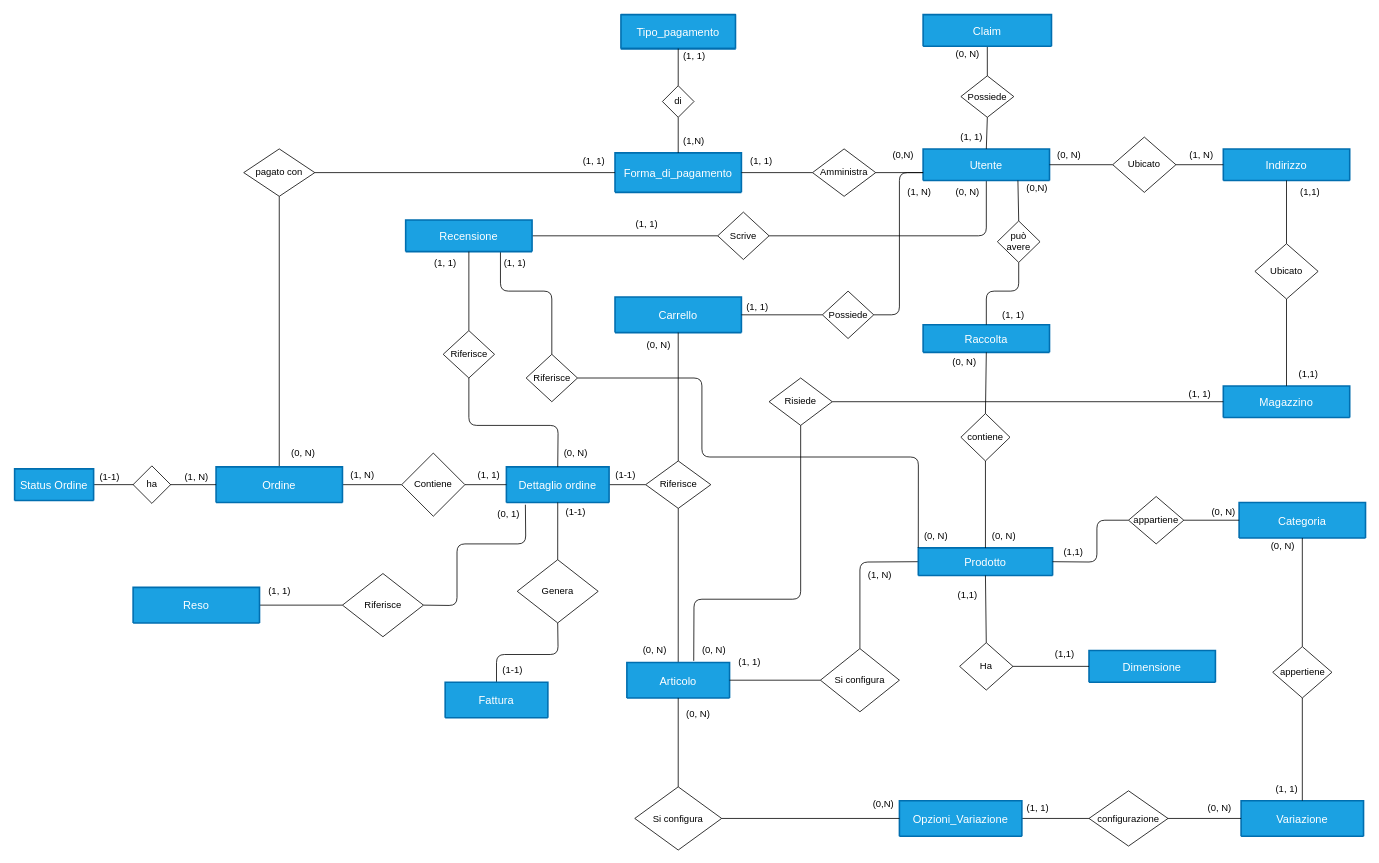
EndriDomiUni/E-commerce keeps this draw.io diagram as doc/schema_scheletro.drawio. Above is the earlier version. Source tidied: cells renumbered, new cells numbered last; positions are measured from the earlier drawing's top-left corner, leaving out a move shared by most shapes. Both pictures are drawn from the tidied source at 79%, with x=0, y=0 at pixel (14, 14).
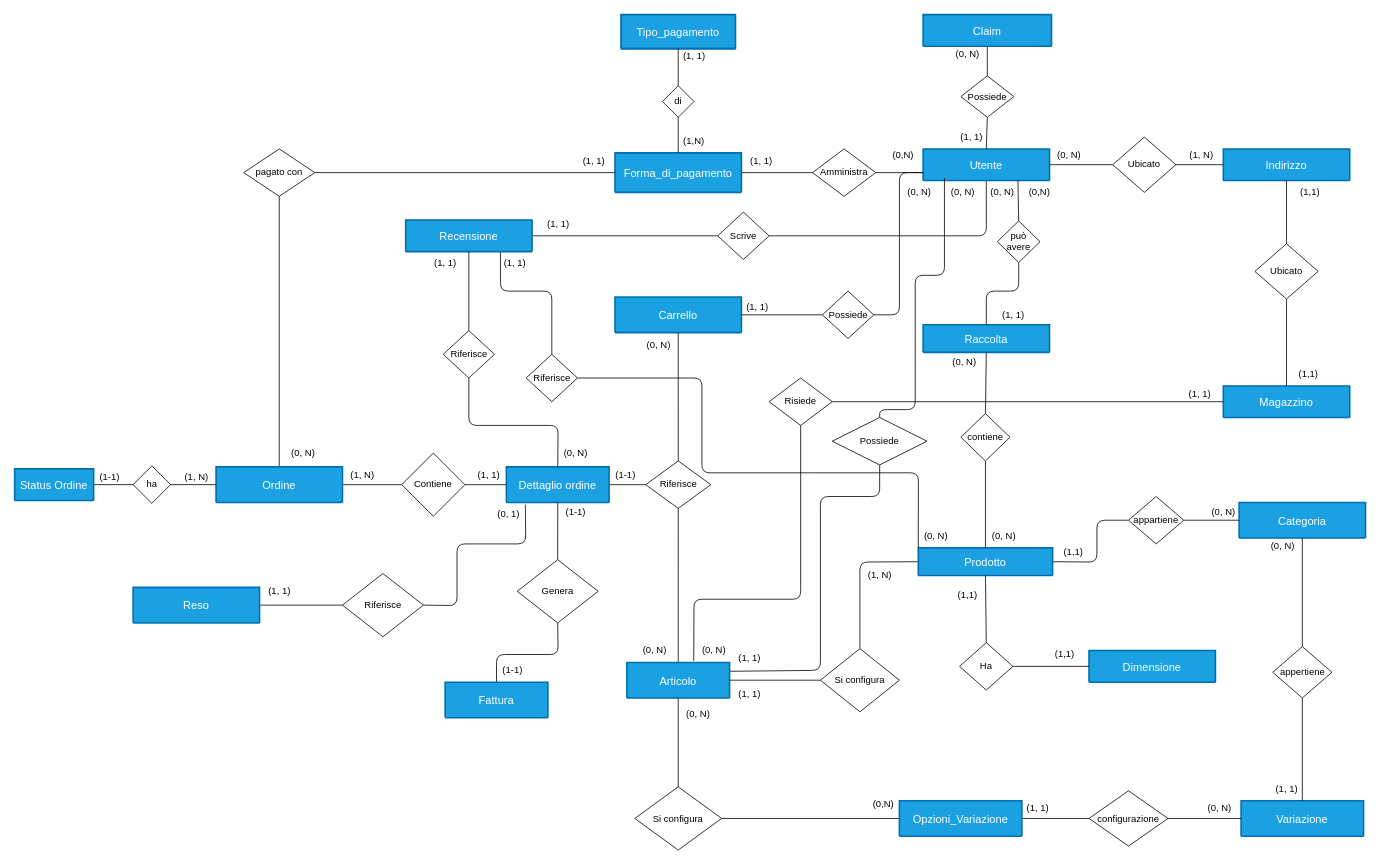
The same diagram, later.

The change refers to these unchanged cells:
```xml
<mxCell id="22" value="Prodotto" style="swimlane;horizontal=1;startSize=35;rounded=1;fontSize=14;fontStyle=0;strokeWidth=2;shadow=0;dashed=0;align=center;arcSize=15;fillColor=#1ba1e2;fontColor=#ffffff;strokeColor=#006EAF;" parent="1" vertex="1">
  <mxGeometry x="1143.9" y="675" width="170" height="35" as="geometry" />
</mxCell>
<mxCell id="109" value="Articolo" style="swimlane;horizontal=1;startSize=65;rounded=1;fontSize=14;fontStyle=0;strokeWidth=2;shadow=0;dashed=0;align=center;fillColor=#1ba1e2;fontColor=#ffffff;strokeColor=#006EAF;" parent="1" vertex="1">
  <mxGeometry x="775" y="820" width="130" height="45" as="geometry" />
</mxCell>
<mxCell id="139" value="Riferisce" style="shape=rhombus;perimeter=rhombusPerimeter;whiteSpace=wrap;html=1;align=center;" parent="1" vertex="1">
  <mxGeometry x="647.5" y="430" width="65" height="60" as="geometry" />
</mxCell>
```

What changed in the source:
```diff
@@
-    <mxCell id="78" value="(1, N)" style="text;html=1;align=center;verticalAlign=middle;points=[];strokeColor=none;fillColor=none;" parent="1" vertex="1">
-      <mxGeometry x="1120" y="215" width="50" height="20" as="geometry" />
+    <mxCell id="78" value="(0, N)" style="text;html=1;align=center;verticalAlign=middle;points=[];strokeColor=none;fillColor=none;" parent="1" vertex="1">
+      <mxGeometry x="1120" y="210" width="50" height="30" as="geometry" />
     </mxCell>
@@
     <mxCell id="91" value="(0,N)" style="text;html=1;align=center;verticalAlign=middle;strokeColor=none;fillColor=none;" parent="1" vertex="1">
-      <mxGeometry x="1273.9" y="210" width="40" height="20" as="geometry" />
+      <mxGeometry x="1276.5" y="215" width="40" height="20" as="geometry" />
     </mxCell>
@@
+    <mxCell id="148" style="edgeStyle=none;html=1;exitX=1;exitY=0.25;exitDx=0;exitDy=0;entryX=0.5;entryY=1;entryDx=0;entryDy=0;endArrow=none;endFill=0;" parent="1" edge="1" source="109" target="150">
+      <mxGeometry relative="1" as="geometry">
+        <Array as="points">
+          <mxPoint x="1020" y="830" />
+          <mxPoint x="1020" y="610" />
+          <mxPoint x="1095" y="610" />
+        </Array>
+      </mxGeometry>
+    </mxCell>
@@
     <mxCell id="117" value="(1, 1)" style="text;html=1;align=center;verticalAlign=middle;strokeColor=none;fillColor=none;" parent="1" vertex="1">
-      <mxGeometry x="905" y="805" width="50" height="30" as="geometry" />
+      <mxGeometry x="905" y="845" width="50" height="30" as="geometry" />
     </mxCell>
@@
     <mxCell id="124" value="(0, N)" style="text;html=1;align=center;verticalAlign=middle;strokeColor=none;fillColor=none;" parent="1" vertex="1">
-      <mxGeometry x="1181" y="210" width="50" height="30" as="geometry" />
+      <mxGeometry x="1175" y="210" width="50" height="30" as="geometry" />
     </mxCell>
@@
     <mxCell id="127" value="(1, 1)" style="text;html=1;align=center;verticalAlign=middle;strokeColor=none;fillColor=none;" parent="1" vertex="1">
-      <mxGeometry x="775" y="250" width="50" height="30" as="geometry" />
+      <mxGeometry x="662.5" y="250" width="50" height="30" as="geometry" />
     </mxCell>
@@
     <mxCell id="138" style="edgeStyle=none;html=1;exitX=1;exitY=0.5;exitDx=0;exitDy=0;endArrow=none;endFill=0;entryX=0;entryY=0;entryDx=0;entryDy=0;" parent="1" edge="1" source="139" target="22">
       <mxGeometry relative="1" as="geometry">
         <Array as="points">
           <mxPoint x="870" y="460" />
-          <mxPoint x="870" y="560" />
-          <mxPoint x="1144" y="560" />
+          <mxPoint x="870" y="580" />
+          <mxPoint x="1000" y="580" />
+          <mxPoint x="1144" y="580" />
         </Array>
       </mxGeometry>
     </mxCell>
@@
+    <mxCell id="149" style="edgeStyle=none;html=1;exitX=0.5;exitY=0;exitDx=0;exitDy=0;entryX=1.14;entryY=-0.1;entryDx=0;entryDy=0;entryPerimeter=0;endArrow=none;endFill=0;" parent="1" edge="1" source="150" target="78">
+      <mxGeometry relative="1" as="geometry">
+        <Array as="points">
+          <mxPoint x="1095" y="500" />
+          <mxPoint x="1140" y="500" />
+          <mxPoint x="1140" y="330" />
+          <mxPoint x="1177" y="330" />
+        </Array>
+      </mxGeometry>
+    </mxCell>
+    <mxCell id="150" value="Possiede" style="shape=rhombus;perimeter=rhombusPerimeter;whiteSpace=wrap;html=1;align=center;" parent="1" vertex="1">
+      <mxGeometry x="1035" y="510" width="120" height="60" as="geometry" />
+    </mxCell>
+    <mxCell id="151" value="(1, 1)" style="text;html=1;align=center;verticalAlign=middle;strokeColor=none;fillColor=none;" parent="1" vertex="1">
+      <mxGeometry x="905" y="800" width="50" height="30" as="geometry" />
+    </mxCell>
+    <mxCell id="152" value="(0, N)" style="text;html=1;align=center;verticalAlign=middle;strokeColor=none;fillColor=none;" parent="1" vertex="1">
+      <mxGeometry x="1225" y="210" width="50" height="30" as="geometry" />
+    </mxCell>
```
